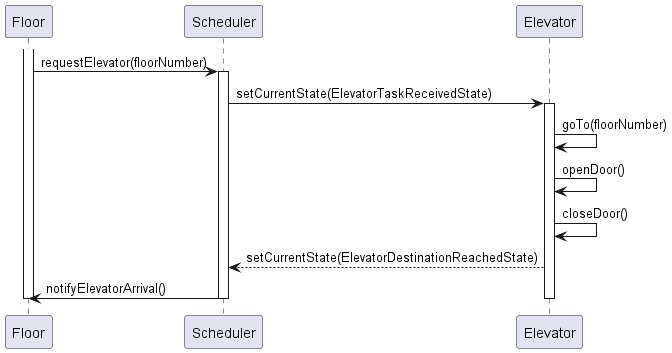
This is docs/seq.png from kavvykav/SYSC3303-project, a PlantUML export, as it was before one commit. Source of this version:
```plantuml
@startuml
participant "Floor" as Floor
participant "Scheduler" as Scheduler
participant "Elevator" as Elevator

activate Floor
Floor -> Scheduler : requestElevator(floorNumber)
activate Scheduler

Scheduler -> Elevator : setCurrentState(ElevatorTaskReceivedState)
activate Elevator

Elevator -> Elevator : goTo(floorNumber)

Elevator -> Elevator : openDoor()

Elevator -> Elevator : closeDoor()

Elevator --> Scheduler : setCurrentState(ElevatorDestinationReachedState)

Scheduler -> Floor : notifyElevatorArrival()

deactivate Elevator
deactivate Scheduler
deactivate Floor
@enduml
```
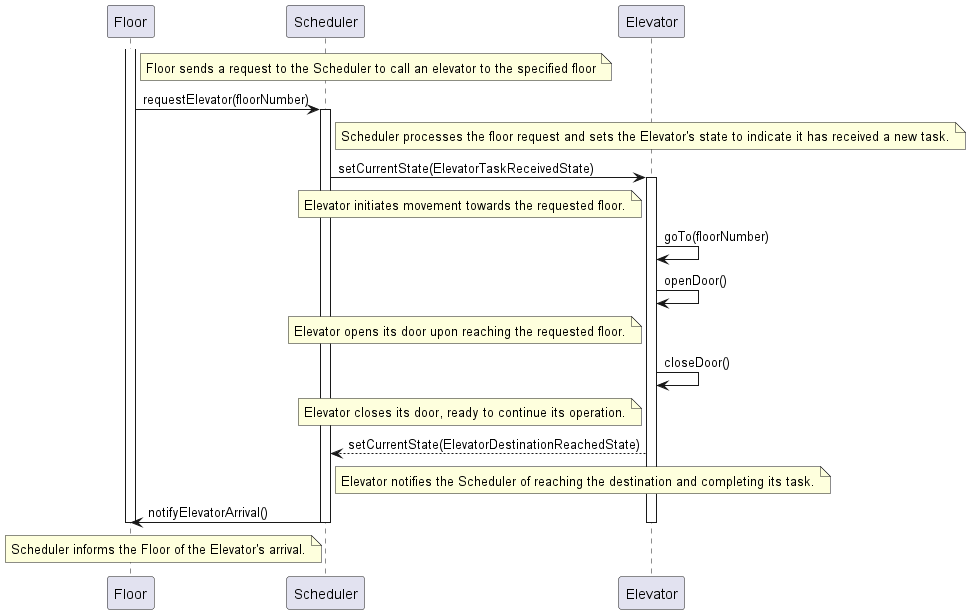
After the change.

The edit, as a diff of the source:
```diff
@@ -4,21 +4,45 @@
 participant "Elevator" as Elevator
 
 activate Floor
+note right "Floor"
+Floor sends a request to the Scheduler to call an elevator to the specified floor
+end note
 Floor -> Scheduler : requestElevator(floorNumber)
 activate Scheduler
 
+
+note right "Scheduler"
+Scheduler processes the floor request and sets the Elevator's state to indicate it has received a new task.
+end note
 Scheduler -> Elevator : setCurrentState(ElevatorTaskReceivedState)
 activate Elevator
 
+note left "Elevator"
+Elevator initiates movement towards the requested floor.
+end note
 Elevator -> Elevator : goTo(floorNumber)
 
 Elevator -> Elevator : openDoor()
+note left "Elevator"
+Elevator opens its door upon reaching the requested floor.
+end note
+
 
 Elevator -> Elevator : closeDoor()
+note left "Elevator"
+Elevator closes its door, ready to continue its operation.
+end note
 
 Elevator --> Scheduler : setCurrentState(ElevatorDestinationReachedState)
+note right "Scheduler"
+Elevator notifies the Scheduler of reaching the destination and completing its task.
+end note
 
 Scheduler -> Floor : notifyElevatorArrival()
+
+note left "Scheduler"
+Scheduler informs the Floor of the Elevator's arrival.
+end note
 
 deactivate Elevator
 deactivate Scheduler
```
